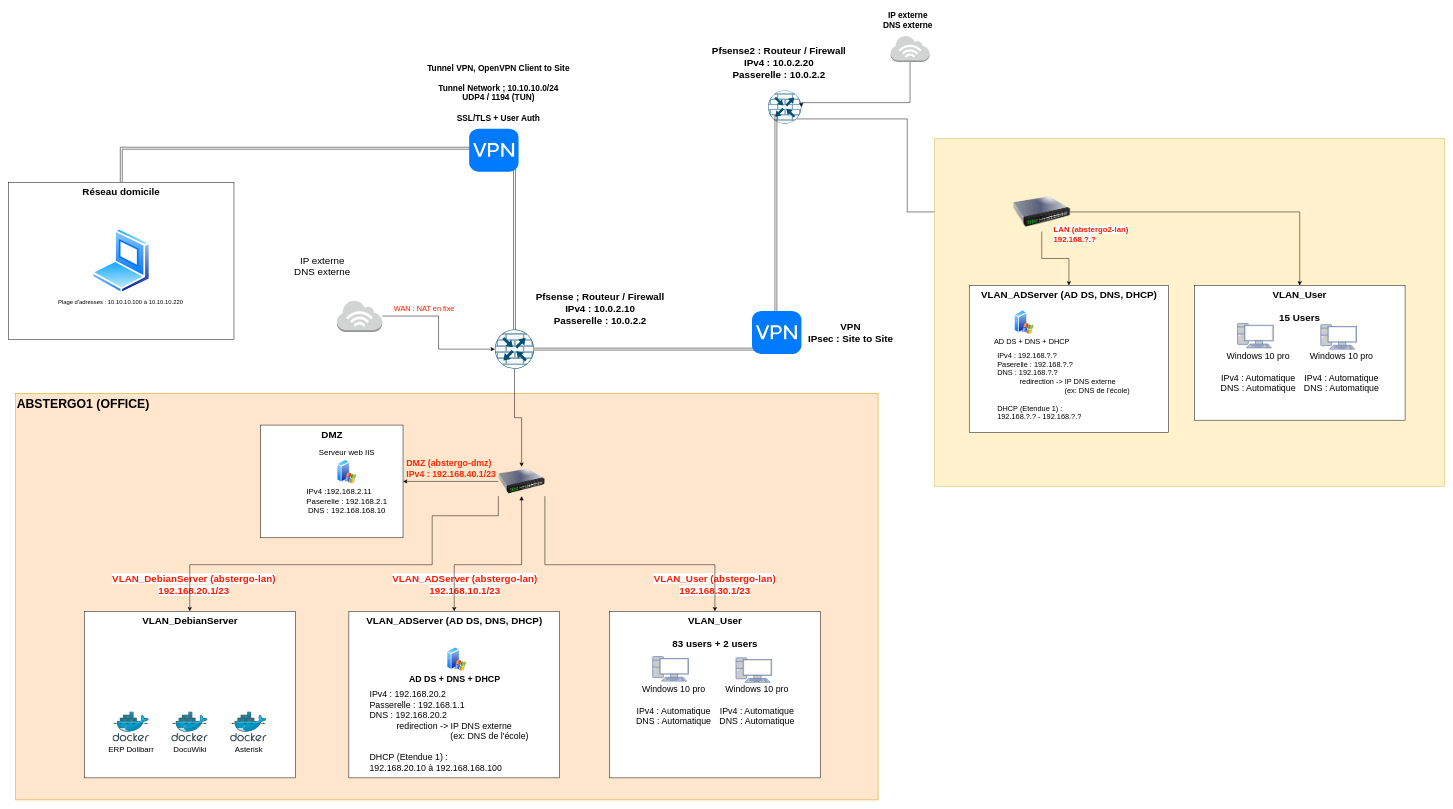
Earlier version of the draw.io diagram New Network Architecture Abstergo.drawio (CharifMah/AbstergoAnimus). Source tidied: cells renumbered, new cells numbered last; positions are measured from the earlier drawing's top-left corner, leaving out a move shared by most shapes. Both pictures are drawn from the tidied source at 49%, with x=0, y=0 at pixel (8, 8).
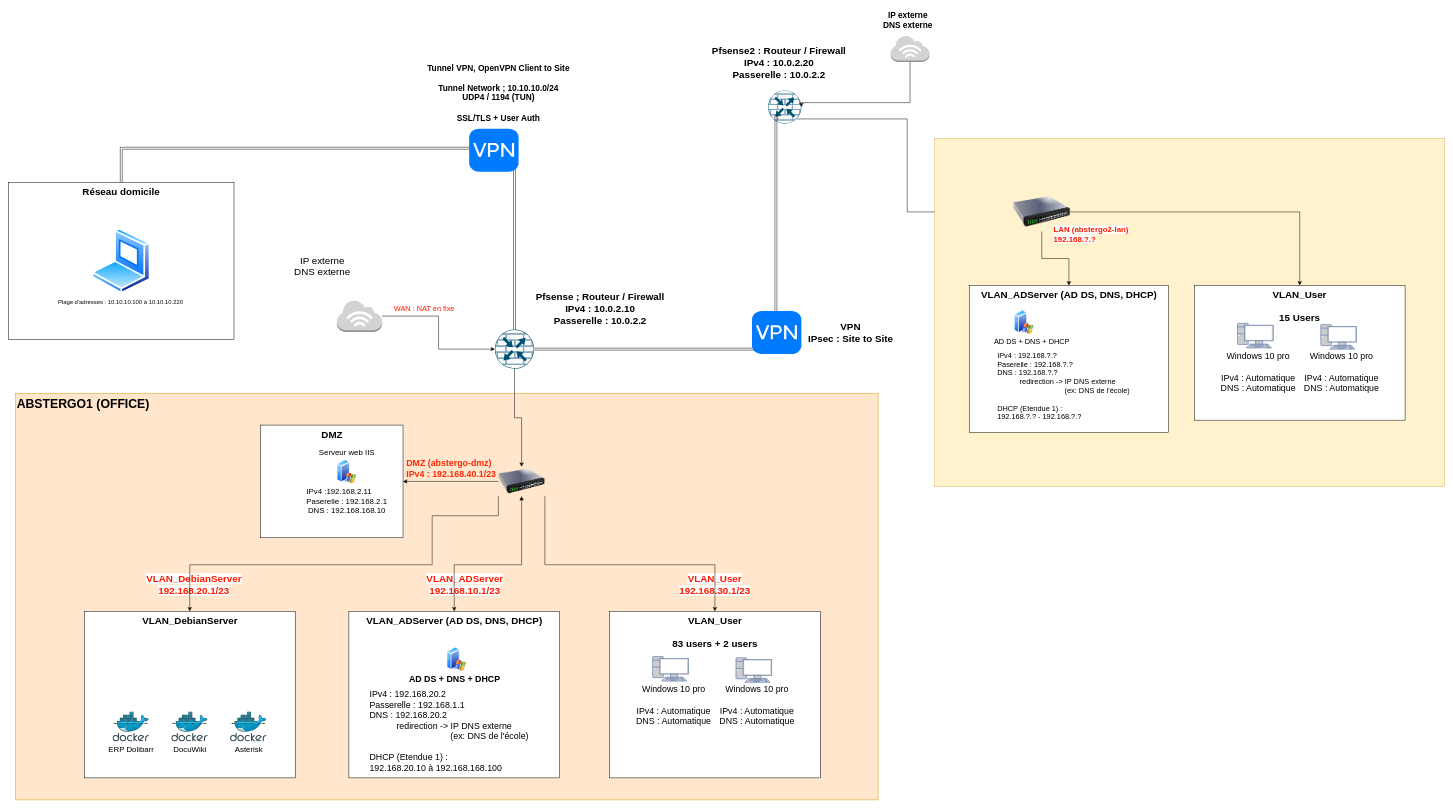
Above is the later version.

Unchanged cells that the change refers to:
```xml
<mxCell id="47" style="group;" parent="44" vertex="1">
  <mxGeometry x="140" y="360" width="430.5" height="425" as="geometry" />
</mxCell>
<mxCell id="56" style="group;" parent="44" vertex="1">
  <mxGeometry x="680" y="360" width="443" height="425" as="geometry" />
</mxCell>
<mxCell id="66" style="group;" parent="44" vertex="1">
  <mxGeometry x="1212" y="360" width="430" height="425" as="geometry" />
</mxCell>
```

Change to the diagram source:
```diff
@@
-    <mxCell id="48" value="&lt;font style=&quot;font-size: 20px;&quot; color=&quot;#ff1900&quot;&gt;&lt;b&gt;&lt;span style=&quot;font-family: Helvetica; font-style: normal; font-variant-ligatures: normal; font-variant-caps: normal; letter-spacing: normal; orphans: 2; text-indent: 0px; text-transform: none; widows: 2; word-spacing: 0px; -webkit-text-stroke-width: 0px; background-color: rgb(255, 255, 255); text-decoration-thickness: initial; text-decoration-style: initial; text-decoration-color: initial; float: none; display: inline !important;&quot;&gt;VLAN_DebianServer (abstergo-lan)&lt;/span&gt;&lt;br style=&quot;border-color: var(--border-color); font-family: Helvetica; font-style: normal; font-variant-ligatures: normal; font-variant-caps: normal; letter-spacing: normal; orphans: 2; text-indent: 0px; text-transform: none; widows: 2; word-spacing: 0px; -webkit-text-stroke-width: 0px; text-decoration-thickness: initial; text-decoration-style: initial; text-decoration-color: initial; background-color: rgb(251, 251, 251);&quot;&gt;&lt;span style=&quot;border-color: var(--border-color); font-family: Helvetica; font-style: normal; font-variant-ligatures: normal; font-variant-caps: normal; letter-spacing: normal; orphans: 2; text-indent: 0px; text-transform: none; widows: 2; word-spacing: 0px; -webkit-text-stroke-width: 0px; text-decoration-thickness: initial; text-decoration-style: initial; text-decoration-color: initial; background-color: rgb(251, 251, 251);&quot;&gt;192.168.20.1/23&lt;/span&gt;&lt;/b&gt;&lt;/font&gt;" style="text;whiteSpace=wrap;html=1;align=center;" parent="47" vertex="1">
+    <mxCell id="48" value="&lt;font style=&quot;font-size: 20px;&quot; color=&quot;#ff1900&quot;&gt;&lt;b&gt;&lt;span style=&quot;font-family: Helvetica; font-style: normal; font-variant-ligatures: normal; font-variant-caps: normal; letter-spacing: normal; orphans: 2; text-indent: 0px; text-transform: none; widows: 2; word-spacing: 0px; -webkit-text-stroke-width: 0px; background-color: rgb(255, 255, 255); text-decoration-thickness: initial; text-decoration-style: initial; text-decoration-color: initial; float: none; display: inline !important;&quot;&gt;VLAN_DebianServer&lt;/span&gt;&lt;br style=&quot;border-color: var(--border-color); font-family: Helvetica; font-style: normal; font-variant-ligatures: normal; font-variant-caps: normal; letter-spacing: normal; orphans: 2; text-indent: 0px; text-transform: none; widows: 2; word-spacing: 0px; -webkit-text-stroke-width: 0px; text-decoration-thickness: initial; text-decoration-style: initial; text-decoration-color: initial; background-color: rgb(251, 251, 251);&quot;&gt;&lt;span style=&quot;border-color: var(--border-color); font-family: Helvetica; font-style: normal; font-variant-ligatures: normal; font-variant-caps: normal; letter-spacing: normal; orphans: 2; text-indent: 0px; text-transform: none; widows: 2; word-spacing: 0px; -webkit-text-stroke-width: 0px; text-decoration-thickness: initial; text-decoration-style: initial; text-decoration-color: initial; background-color: rgb(251, 251, 251);&quot;&gt;192.168.20.1/23&lt;/span&gt;&lt;/b&gt;&lt;/font&gt;" style="text;whiteSpace=wrap;html=1;align=center;" parent="47" vertex="1">
       <mxGeometry x="17.5" width="413" height="50" as="geometry" />
     </mxCell>
@@
-    <mxCell id="57" value="&lt;font style=&quot;font-size: 20px;&quot; color=&quot;#ff1900&quot;&gt;&lt;b&gt;&lt;span style=&quot;font-family: Helvetica; font-style: normal; font-variant-ligatures: normal; font-variant-caps: normal; letter-spacing: normal; orphans: 2; text-indent: 0px; text-transform: none; widows: 2; word-spacing: 0px; -webkit-text-stroke-width: 0px; background-color: rgb(255, 255, 255); text-decoration-thickness: initial; text-decoration-style: initial; text-decoration-color: initial; float: none; display: inline !important;&quot;&gt;VLAN_ADServer (abstergo-lan)&lt;/span&gt;&lt;br style=&quot;border-color: var(--border-color); font-family: Helvetica; font-style: normal; font-variant-ligatures: normal; font-variant-caps: normal; letter-spacing: normal; orphans: 2; text-indent: 0px; text-transform: none; widows: 2; word-spacing: 0px; -webkit-text-stroke-width: 0px; text-decoration-thickness: initial; text-decoration-style: initial; text-decoration-color: initial; background-color: rgb(251, 251, 251);&quot;&gt;&lt;span style=&quot;border-color: var(--border-color); font-family: Helvetica; font-style: normal; font-variant-ligatures: normal; font-variant-caps: normal; letter-spacing: normal; orphans: 2; text-indent: 0px; text-transform: none; widows: 2; word-spacing: 0px; -webkit-text-stroke-width: 0px; text-decoration-thickness: initial; text-decoration-style: initial; text-decoration-color: initial; background-color: rgb(251, 251, 251);&quot;&gt;192.168.10.1/23&lt;/span&gt;&lt;/b&gt;&lt;/font&gt;" style="text;whiteSpace=wrap;html=1;align=center;" parent="56" vertex="1">
+    <mxCell id="57" value="&lt;font style=&quot;font-size: 20px;&quot; color=&quot;#ff1900&quot;&gt;&lt;b&gt;&lt;span style=&quot;font-family: Helvetica; font-style: normal; font-variant-ligatures: normal; font-variant-caps: normal; letter-spacing: normal; orphans: 2; text-indent: 0px; text-transform: none; widows: 2; word-spacing: 0px; -webkit-text-stroke-width: 0px; background-color: rgb(255, 255, 255); text-decoration-thickness: initial; text-decoration-style: initial; text-decoration-color: initial; float: none; display: inline !important;&quot;&gt;VLAN_ADServer&lt;/span&gt;&lt;br style=&quot;border-color: var(--border-color); font-family: Helvetica; font-style: normal; font-variant-ligatures: normal; font-variant-caps: normal; letter-spacing: normal; orphans: 2; text-indent: 0px; text-transform: none; widows: 2; word-spacing: 0px; -webkit-text-stroke-width: 0px; text-decoration-thickness: initial; text-decoration-style: initial; text-decoration-color: initial; background-color: rgb(251, 251, 251);&quot;&gt;&lt;span style=&quot;border-color: var(--border-color); font-family: Helvetica; font-style: normal; font-variant-ligatures: normal; font-variant-caps: normal; letter-spacing: normal; orphans: 2; text-indent: 0px; text-transform: none; widows: 2; word-spacing: 0px; -webkit-text-stroke-width: 0px; text-decoration-thickness: initial; text-decoration-style: initial; text-decoration-color: initial; background-color: rgb(251, 251, 251);&quot;&gt;192.168.10.1/23&lt;/span&gt;&lt;/b&gt;&lt;/font&gt;" style="text;whiteSpace=wrap;html=1;align=center;" parent="56" vertex="1">
       <mxGeometry x="30" width="413" height="50" as="geometry" />
     </mxCell>
@@
-    <mxCell id="67" value="&lt;font style=&quot;font-size: 20px;&quot; color=&quot;#ff1900&quot;&gt;&lt;b&gt;&lt;span style=&quot;font-family: Helvetica; font-style: normal; font-variant-ligatures: normal; font-variant-caps: normal; letter-spacing: normal; orphans: 2; text-indent: 0px; text-transform: none; widows: 2; word-spacing: 0px; -webkit-text-stroke-width: 0px; background-color: rgb(255, 255, 255); text-decoration-thickness: initial; text-decoration-style: initial; text-decoration-color: initial; float: none; display: inline !important;&quot;&gt;VLAN_User (abstergo-lan)&lt;/span&gt;&lt;br style=&quot;border-color: var(--border-color); font-family: Helvetica; font-style: normal; font-variant-ligatures: normal; font-variant-caps: normal; letter-spacing: normal; orphans: 2; text-indent: 0px; text-transform: none; widows: 2; word-spacing: 0px; -webkit-text-stroke-width: 0px; text-decoration-thickness: initial; text-decoration-style: initial; text-decoration-color: initial; background-color: rgb(251, 251, 251);&quot;&gt;&lt;span style=&quot;border-color: var(--border-color); font-family: Helvetica; font-style: normal; font-variant-ligatures: normal; font-variant-caps: normal; letter-spacing: normal; orphans: 2; text-indent: 0px; text-transform: none; widows: 2; word-spacing: 0px; -webkit-text-stroke-width: 0px; text-decoration-thickness: initial; text-decoration-style: initial; text-decoration-color: initial; background-color: rgb(251, 251, 251);&quot;&gt;192.168.30.1/23&lt;/span&gt;&lt;/b&gt;&lt;/font&gt;" style="text;whiteSpace=wrap;html=1;align=center;" parent="66" vertex="1">
+    <mxCell id="67" value="&lt;font style=&quot;font-size: 20px;&quot; color=&quot;#ff1900&quot;&gt;&lt;b&gt;&lt;span style=&quot;font-family: Helvetica; font-style: normal; font-variant-ligatures: normal; font-variant-caps: normal; letter-spacing: normal; orphans: 2; text-indent: 0px; text-transform: none; widows: 2; word-spacing: 0px; -webkit-text-stroke-width: 0px; background-color: rgb(255, 255, 255); text-decoration-thickness: initial; text-decoration-style: initial; text-decoration-color: initial; float: none; display: inline !important;&quot;&gt;VLAN_User&lt;/span&gt;&lt;br style=&quot;border-color: var(--border-color); font-family: Helvetica; font-style: normal; font-variant-ligatures: normal; font-variant-caps: normal; letter-spacing: normal; orphans: 2; text-indent: 0px; text-transform: none; widows: 2; word-spacing: 0px; -webkit-text-stroke-width: 0px; text-decoration-thickness: initial; text-decoration-style: initial; text-decoration-color: initial; background-color: rgb(251, 251, 251);&quot;&gt;&lt;span style=&quot;border-color: var(--border-color); font-family: Helvetica; font-style: normal; font-variant-ligatures: normal; font-variant-caps: normal; letter-spacing: normal; orphans: 2; text-indent: 0px; text-transform: none; widows: 2; word-spacing: 0px; -webkit-text-stroke-width: 0px; text-decoration-thickness: initial; text-decoration-style: initial; text-decoration-color: initial; background-color: rgb(251, 251, 251);&quot;&gt;192.168.30.1/23&lt;/span&gt;&lt;/b&gt;&lt;/font&gt;" style="text;whiteSpace=wrap;html=1;align=center;" parent="66" vertex="1">
       <mxGeometry x="8.5" width="413" height="50" as="geometry" />
     </mxCell>
```
